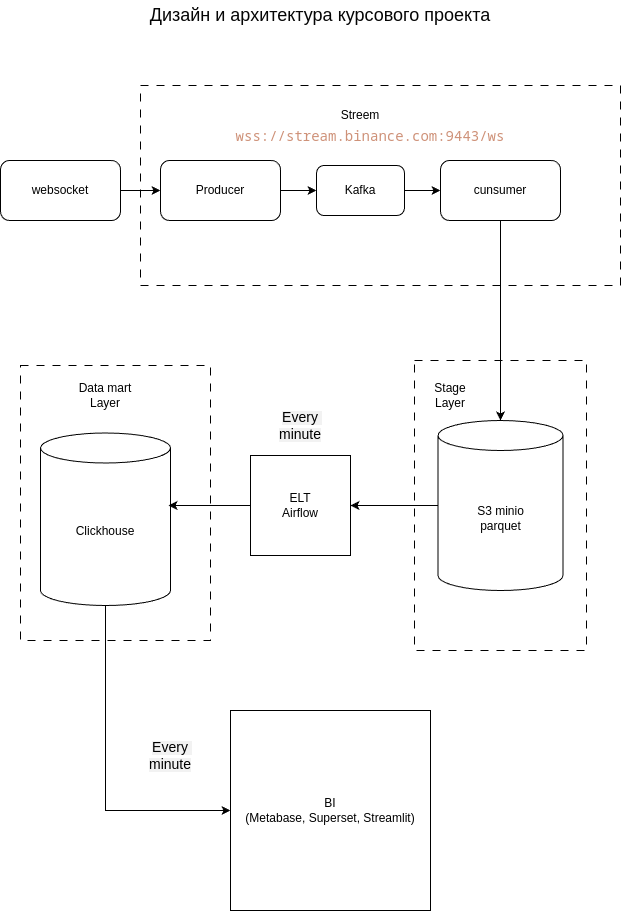
Above: docs/arhitecture.png in netart-studio/otus_de_project (draw.io), before the change. Source tidied: cells renumbered, new cells last; positions are measured from the earlier drawing's top-left corner, leaving out a move shared by most shapes. Its diagram source:
```xml
<mxGraphModel>
  <root>
    <mxCell id="0" />
    <mxCell id="1" parent="0" />
    <mxCell id="2" style="rounded=0;whiteSpace=wrap;html=1;dashed=1;dashPattern=8 8;" parent="1" vertex="1">
      <mxGeometry x="20" y="365" width="190" height="275" as="geometry" />
    </mxCell>
    <mxCell id="3" style="rounded=0;whiteSpace=wrap;html=1;dashed=1;dashPattern=8 8;" parent="1" vertex="1">
      <mxGeometry x="140" y="85" width="480" height="200" as="geometry" />
    </mxCell>
    <mxCell id="4" style="rounded=0;whiteSpace=wrap;html=1;dashed=1;dashPattern=8 8;" parent="1" vertex="1">
      <mxGeometry x="414" y="360" width="172" height="290" as="geometry" />
    </mxCell>
    <mxCell id="5" style="edgeStyle=orthogonalEdgeStyle;rounded=0;jettySize=auto;html=1;" parent="1" edge="1" source="6" target="13">
      <mxGeometry relative="1" as="geometry" />
    </mxCell>
    <mxCell id="6" value="S3 minio&lt;div&gt;parquet&lt;/div&gt;" style="shape=cylinder3;whiteSpace=wrap;html=1;boundedLbl=1;backgroundOutline=1;size=15;" parent="1" vertex="1">
      <mxGeometry x="437.5" y="420" width="125" height="170" as="geometry" />
    </mxCell>
    <mxCell id="7" style="edgeStyle=orthogonalEdgeStyle;rounded=0;jettySize=auto;html=1;exitX=1;exitY=0.5;exitDx=0;exitDy=0;" parent="1" edge="1" source="8" target="10">
      <mxGeometry relative="1" as="geometry" />
    </mxCell>
    <mxCell id="8" value="websocket" style="rounded=1;whiteSpace=wrap;html=1;" parent="1" vertex="1">
      <mxGeometry y="160" width="120" height="60" as="geometry" />
    </mxCell>
    <mxCell id="9" style="edgeStyle=orthogonalEdgeStyle;rounded=0;jettySize=auto;html=1;exitX=1;exitY=0.5;exitDx=0;exitDy=0;" parent="1" edge="1" source="10" target="21">
      <mxGeometry relative="1" as="geometry" />
    </mxCell>
    <mxCell id="10" value="Producer" style="rounded=1;whiteSpace=wrap;html=1;" parent="1" vertex="1">
      <mxGeometry x="160" y="160" width="120" height="60" as="geometry" />
    </mxCell>
    <mxCell id="11" style="edgeStyle=orthogonalEdgeStyle;rounded=0;jettySize=auto;html=1;exitX=0.5;exitY=1;exitDx=0;exitDy=0;" parent="1" edge="1" source="12" target="6">
      <mxGeometry relative="1" as="geometry" />
    </mxCell>
    <mxCell id="12" value="cunsumer" style="rounded=1;whiteSpace=wrap;html=1;" parent="1" vertex="1">
      <mxGeometry x="440" y="160" width="120" height="60" as="geometry" />
    </mxCell>
    <mxCell id="13" value="ELT&lt;div&gt;Airflow&lt;/div&gt;" style="whiteSpace=wrap;html=1;" parent="1" vertex="1">
      <mxGeometry x="250" y="455" width="100" height="100" as="geometry" />
    </mxCell>
    <mxCell id="14" style="edgeStyle=orthogonalEdgeStyle;rounded=0;jettySize=auto;html=1;exitX=0.5;exitY=1;exitDx=0;exitDy=0;exitPerimeter=0;entryX=0;entryY=0.5;entryDx=0;entryDy=0;" parent="1" edge="1" source="15" target="16">
      <mxGeometry relative="1" as="geometry" />
    </mxCell>
    <mxCell id="15" value="Clickhouse" style="shape=cylinder3;whiteSpace=wrap;html=1;boundedLbl=1;backgroundOutline=1;size=15;" parent="1" vertex="1">
      <mxGeometry x="40" y="432.5" width="130" height="172.5" as="geometry" />
    </mxCell>
    <mxCell id="16" value="BI&lt;div&gt;(Metabase,&amp;nbsp;&lt;span style=&quot;background-color: transparent; color: light-dark(rgb(0, 0, 0), rgb(255, 255, 255));&quot;&gt;Superset,&amp;nbsp;&lt;/span&gt;&lt;span style=&quot;background-color: transparent; color: light-dark(rgb(0, 0, 0), rgb(255, 255, 255));&quot;&gt;Streamlit)&lt;/span&gt;&lt;/div&gt;" style="whiteSpace=wrap;html=1;" parent="1" vertex="1">
      <mxGeometry x="230" y="710" width="200" height="200" as="geometry" />
    </mxCell>
    <mxCell id="17" value="&lt;span style=&quot;color: rgb(5, 5, 5); font-family: Roboto, sans-serif; font-size: 18px; text-align: start;&quot;&gt;Дизайн и архитектура курсового проекта&lt;/span&gt;" style="text;html=1;align=center;verticalAlign=middle;whiteSpace=wrap;rounded=0;" parent="1" vertex="1">
      <mxGeometry x="90" width="460" height="30" as="geometry" />
    </mxCell>
    <mxCell id="18" value="Stage Layer" style="text;html=1;align=center;verticalAlign=middle;whiteSpace=wrap;rounded=0;" parent="1" vertex="1">
      <mxGeometry x="420" y="380" width="60" height="30" as="geometry" />
    </mxCell>
    <mxCell id="19" value="Streem" style="text;html=1;align=center;verticalAlign=middle;whiteSpace=wrap;rounded=0;" parent="1" vertex="1">
      <mxGeometry x="330" y="100" width="60" height="30" as="geometry" />
    </mxCell>
    <mxCell id="20" style="edgeStyle=orthogonalEdgeStyle;rounded=0;jettySize=auto;html=1;exitX=1;exitY=0.5;exitDx=0;exitDy=0;entryX=0;entryY=0.5;entryDx=0;entryDy=0;" parent="1" edge="1" source="21" target="12">
      <mxGeometry relative="1" as="geometry" />
    </mxCell>
    <mxCell id="21" value="Kafka" style="rounded=1;whiteSpace=wrap;html=1;" parent="1" vertex="1">
      <mxGeometry x="316" y="165" width="88" height="50" as="geometry" />
    </mxCell>
    <mxCell id="22" style="edgeStyle=orthogonalEdgeStyle;rounded=0;jettySize=auto;html=1;exitX=0;exitY=0.5;exitDx=0;exitDy=0;entryX=0.985;entryY=0.42;entryDx=0;entryDy=0;entryPerimeter=0;" parent="1" edge="1" source="13" target="15">
      <mxGeometry relative="1" as="geometry" />
    </mxCell>
    <mxCell id="23" value="Data mart Layer" style="text;html=1;align=center;verticalAlign=middle;whiteSpace=wrap;rounded=0;" parent="1" vertex="1">
      <mxGeometry x="70" y="380" width="70" height="30" as="geometry" />
    </mxCell>
    <mxCell id="24" value="&lt;div style=&quot;color: rgb(204, 204, 204); font-family: &amp;quot;Droid Sans Mono&amp;quot;, &amp;quot;monospace&amp;quot;, monospace; font-size: 14px; line-height: 19px; white-space: pre;&quot;&gt;&lt;span style=&quot;color: rgb(206, 145, 120);&quot;&gt;wss://stream.binance.com:9443/ws&lt;/span&gt;&lt;/div&gt;" style="text;html=1;align=center;verticalAlign=middle;whiteSpace=wrap;rounded=0;" parent="1" vertex="1">
      <mxGeometry x="340" y="120" width="60" height="30" as="geometry" />
    </mxCell>
    <mxCell id="25" value="&lt;span style=&quot;font-family: &amp;quot;YS Text&amp;quot;, -apple-system, BlinkMacSystemFont, Arial, Helvetica, &amp;quot;Arial Unicode MS&amp;quot;, sans-serif; text-align: start; white-space-collapse: preserve; background-color: rgba(0, 0, 0, 0.05);&quot;&gt;&lt;font style=&quot;font-size: 14px;&quot;&gt;Every minute&lt;/font&gt;&lt;/span&gt;" style="text;html=1;align=center;verticalAlign=middle;whiteSpace=wrap;rounded=0;" parent="1" vertex="1">
      <mxGeometry x="270" y="410" width="60" height="30" as="geometry" />
    </mxCell>
    <mxCell id="26" value="&lt;span style=&quot;font-family: &amp;quot;YS Text&amp;quot;, -apple-system, BlinkMacSystemFont, Arial, Helvetica, &amp;quot;Arial Unicode MS&amp;quot;, sans-serif; text-align: start; white-space-collapse: preserve; background-color: rgba(0, 0, 0, 0.05);&quot;&gt;&lt;font style=&quot;font-size: 14px;&quot;&gt;Every minute&lt;/font&gt;&lt;/span&gt;" style="text;html=1;align=center;verticalAlign=middle;whiteSpace=wrap;rounded=0;" parent="1" vertex="1">
      <mxGeometry x="140" y="740" width="60" height="30" as="geometry" />
    </mxCell>
  </root>
</mxGraphModel>
```
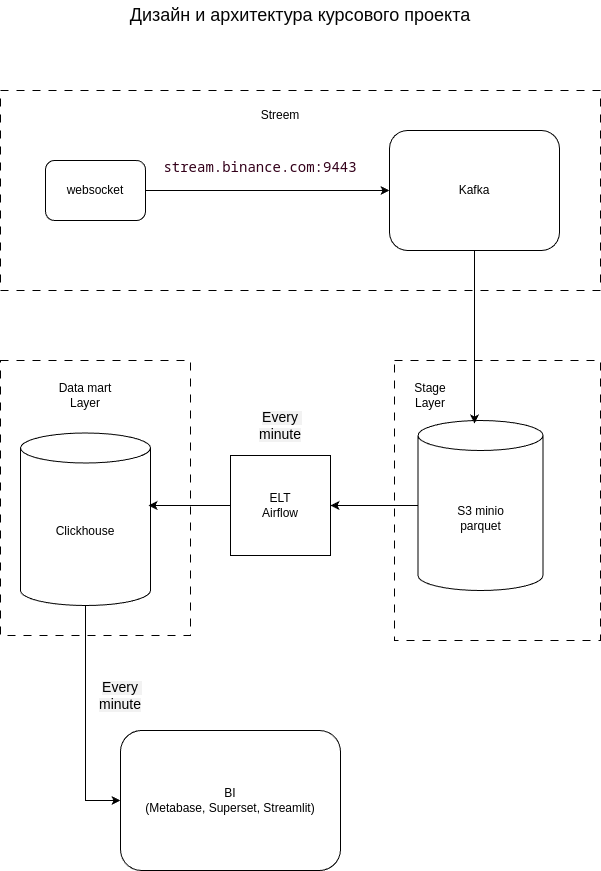
Later version of the same file.

Commit message:
Изменил диаграмму архитектуры

Diff of the diagram source:
```diff
@@ -3,13 +3,13 @@
     <mxCell id="0" />
     <mxCell id="1" parent="0" />
     <mxCell id="2" style="rounded=0;whiteSpace=wrap;html=1;dashed=1;dashPattern=8 8;" parent="1" vertex="1">
-      <mxGeometry x="20" y="365" width="190" height="275" as="geometry" />
+      <mxGeometry x="20" y="360" width="190" height="275" as="geometry" />
     </mxCell>
     <mxCell id="3" style="rounded=0;whiteSpace=wrap;html=1;dashed=1;dashPattern=8 8;" parent="1" vertex="1">
-      <mxGeometry x="140" y="85" width="480" height="200" as="geometry" />
+      <mxGeometry x="20" y="90" width="600" height="200" as="geometry" />
     </mxCell>
     <mxCell id="4" style="rounded=0;whiteSpace=wrap;html=1;dashed=1;dashPattern=8 8;" parent="1" vertex="1">
-      <mxGeometry x="414" y="360" width="172" height="290" as="geometry" />
+      <mxGeometry x="414" y="360" width="206" height="280" as="geometry" />
     </mxCell>
     <mxCell id="5" style="edgeStyle=orthogonalEdgeStyle;rounded=0;jettySize=auto;html=1;" parent="1" edge="1" source="6" target="13">
       <mxGeometry relative="1" as="geometry" />
@@ -17,36 +17,21 @@
     <mxCell id="6" value="S3 minio&lt;div&gt;parquet&lt;/div&gt;" style="shape=cylinder3;whiteSpace=wrap;html=1;boundedLbl=1;backgroundOutline=1;size=15;" parent="1" vertex="1">
       <mxGeometry x="437.5" y="420" width="125" height="170" as="geometry" />
     </mxCell>
-    <mxCell id="7" style="edgeStyle=orthogonalEdgeStyle;rounded=0;jettySize=auto;html=1;exitX=1;exitY=0.5;exitDx=0;exitDy=0;" parent="1" edge="1" source="8" target="10">
-      <mxGeometry relative="1" as="geometry" />
-    </mxCell>
+    <mxCell id="27" style="edgeStyle=orthogonalEdgeStyle;rounded=0;jettySize=auto;html=1;entryX=0;entryY=0.5;entryDx=0;entryDy=0;" parent="1" edge="1" source="8" target="21">
+      <mxGeometry relative="1" as="geometry" />
+    </mxCell>
     <mxCell id="8" value="websocket" style="rounded=1;whiteSpace=wrap;html=1;" parent="1" vertex="1">
-      <mxGeometry y="160" width="120" height="60" as="geometry" />
+      <mxGeometry x="65" y="160" width="100" height="60" as="geometry" />
     </mxCell>
-    <mxCell id="9" style="edgeStyle=orthogonalEdgeStyle;rounded=0;jettySize=auto;html=1;exitX=1;exitY=0.5;exitDx=0;exitDy=0;" parent="1" edge="1" source="10" target="21">
-      <mxGeometry relative="1" as="geometry" />
-    </mxCell>
-    <mxCell id="10" value="Producer" style="rounded=1;whiteSpace=wrap;html=1;" parent="1" vertex="1">
-      <mxGeometry x="160" y="160" width="120" height="60" as="geometry" />
-    </mxCell>
-    <mxCell id="11" style="edgeStyle=orthogonalEdgeStyle;rounded=0;jettySize=auto;html=1;exitX=0.5;exitY=1;exitDx=0;exitDy=0;" parent="1" edge="1" source="12" target="6">
-      <mxGeometry relative="1" as="geometry" />
-    </mxCell>
-    <mxCell id="12" value="cunsumer" style="rounded=1;whiteSpace=wrap;html=1;" parent="1" vertex="1">
-      <mxGeometry x="440" y="160" width="120" height="60" as="geometry" />
-    </mxCell>
     <mxCell id="13" value="ELT&lt;div&gt;Airflow&lt;/div&gt;" style="whiteSpace=wrap;html=1;" parent="1" vertex="1">
       <mxGeometry x="250" y="455" width="100" height="100" as="geometry" />
     </mxCell>
-    <mxCell id="14" style="edgeStyle=orthogonalEdgeStyle;rounded=0;jettySize=auto;html=1;exitX=0.5;exitY=1;exitDx=0;exitDy=0;exitPerimeter=0;entryX=0;entryY=0.5;entryDx=0;entryDy=0;" parent="1" edge="1" source="15" target="16">
+    <mxCell id="14" style="edgeStyle=orthogonalEdgeStyle;rounded=0;jettySize=auto;html=1;entryX=0;entryY=0.5;entryDx=0;entryDy=0;" parent="1" edge="1" source="15" target="16">
       <mxGeometry relative="1" as="geometry" />
     </mxCell>
     <mxCell id="15" value="Clickhouse" style="shape=cylinder3;whiteSpace=wrap;html=1;boundedLbl=1;backgroundOutline=1;size=15;" parent="1" vertex="1">
       <mxGeometry x="40" y="432.5" width="130" height="172.5" as="geometry" />
     </mxCell>
-    <mxCell id="16" value="BI&lt;div&gt;(Metabase,&amp;nbsp;&lt;span style=&quot;background-color: transparent; color: light-dark(rgb(0, 0, 0), rgb(255, 255, 255));&quot;&gt;Superset,&amp;nbsp;&lt;/span&gt;&lt;span style=&quot;background-color: transparent; color: light-dark(rgb(0, 0, 0), rgb(255, 255, 255));&quot;&gt;Streamlit)&lt;/span&gt;&lt;/div&gt;" style="whiteSpace=wrap;html=1;" parent="1" vertex="1">
-      <mxGeometry x="230" y="710" width="200" height="200" as="geometry" />
-    </mxCell>
     <mxCell id="17" value="&lt;span style=&quot;color: rgb(5, 5, 5); font-family: Roboto, sans-serif; font-size: 18px; text-align: start;&quot;&gt;Дизайн и архитектура курсового проекта&lt;/span&gt;" style="text;html=1;align=center;verticalAlign=middle;whiteSpace=wrap;rounded=0;" parent="1" vertex="1">
       <mxGeometry x="90" width="460" height="30" as="geometry" />
     </mxCell>
@@ -54,13 +39,10 @@
       <mxGeometry x="420" y="380" width="60" height="30" as="geometry" />
     </mxCell>
     <mxCell id="19" value="Streem" style="text;html=1;align=center;verticalAlign=middle;whiteSpace=wrap;rounded=0;" parent="1" vertex="1">
-      <mxGeometry x="330" y="100" width="60" height="30" as="geometry" />
+      <mxGeometry x="270" y="100" width="60" height="30" as="geometry" />
     </mxCell>
-    <mxCell id="20" style="edgeStyle=orthogonalEdgeStyle;rounded=0;jettySize=auto;html=1;exitX=1;exitY=0.5;exitDx=0;exitDy=0;entryX=0;entryY=0.5;entryDx=0;entryDy=0;" parent="1" edge="1" source="21" target="12">
-      <mxGeometry relative="1" as="geometry" />
-    </mxCell>
     <mxCell id="21" value="Kafka" style="rounded=1;whiteSpace=wrap;html=1;" parent="1" vertex="1">
-      <mxGeometry x="316" y="165" width="88" height="50" as="geometry" />
+      <mxGeometry x="409" y="130" width="170" height="120" as="geometry" />
     </mxCell>
     <mxCell id="22" style="edgeStyle=orthogonalEdgeStyle;rounded=0;jettySize=auto;html=1;exitX=0;exitY=0.5;exitDx=0;exitDy=0;entryX=0.985;entryY=0.42;entryDx=0;entryDy=0;entryPerimeter=0;" parent="1" edge="1" source="13" target="15">
       <mxGeometry relative="1" as="geometry" />
@@ -68,14 +50,20 @@
     <mxCell id="23" value="Data mart Layer" style="text;html=1;align=center;verticalAlign=middle;whiteSpace=wrap;rounded=0;" parent="1" vertex="1">
       <mxGeometry x="70" y="380" width="70" height="30" as="geometry" />
     </mxCell>
-    <mxCell id="24" value="&lt;div style=&quot;color: rgb(204, 204, 204); font-family: &amp;quot;Droid Sans Mono&amp;quot;, &amp;quot;monospace&amp;quot;, monospace; font-size: 14px; line-height: 19px; white-space: pre;&quot;&gt;&lt;span style=&quot;color: rgb(206, 145, 120);&quot;&gt;wss://stream.binance.com:9443/ws&lt;/span&gt;&lt;/div&gt;" style="text;html=1;align=center;verticalAlign=middle;whiteSpace=wrap;rounded=0;" parent="1" vertex="1">
-      <mxGeometry x="340" y="120" width="60" height="30" as="geometry" />
+    <mxCell id="24" value="&lt;div style=&quot;font-family: &amp;quot;Droid Sans Mono&amp;quot;, &amp;quot;monospace&amp;quot;, monospace; font-size: 14px; line-height: 19px; white-space: pre;&quot;&gt;&lt;span style=&quot;&quot;&gt;stream.binance.com:9443&lt;/span&gt;&lt;/div&gt;&lt;div style=&quot;font-family: &amp;quot;Droid Sans Mono&amp;quot;, &amp;quot;monospace&amp;quot;, monospace; font-size: 14px; line-height: 19px; white-space: pre;&quot;&gt;&lt;span style=&quot;&quot;&gt;&lt;br&gt;&lt;/span&gt;&lt;/div&gt;" style="text;html=1;align=center;verticalAlign=middle;whiteSpace=wrap;rounded=0;fontColor=#33001A;" parent="1" vertex="1">
+      <mxGeometry x="250" y="160" width="60" height="30" as="geometry" />
     </mxCell>
     <mxCell id="25" value="&lt;span style=&quot;font-family: &amp;quot;YS Text&amp;quot;, -apple-system, BlinkMacSystemFont, Arial, Helvetica, &amp;quot;Arial Unicode MS&amp;quot;, sans-serif; text-align: start; white-space-collapse: preserve; background-color: rgba(0, 0, 0, 0.05);&quot;&gt;&lt;font style=&quot;font-size: 14px;&quot;&gt;Every minute&lt;/font&gt;&lt;/span&gt;" style="text;html=1;align=center;verticalAlign=middle;whiteSpace=wrap;rounded=0;" parent="1" vertex="1">
       <mxGeometry x="270" y="410" width="60" height="30" as="geometry" />
     </mxCell>
     <mxCell id="26" value="&lt;span style=&quot;font-family: &amp;quot;YS Text&amp;quot;, -apple-system, BlinkMacSystemFont, Arial, Helvetica, &amp;quot;Arial Unicode MS&amp;quot;, sans-serif; text-align: start; white-space-collapse: preserve; background-color: rgba(0, 0, 0, 0.05);&quot;&gt;&lt;font style=&quot;font-size: 14px;&quot;&gt;Every minute&lt;/font&gt;&lt;/span&gt;" style="text;html=1;align=center;verticalAlign=middle;whiteSpace=wrap;rounded=0;" parent="1" vertex="1">
-      <mxGeometry x="140" y="740" width="60" height="30" as="geometry" />
+      <mxGeometry x="110" y="680" width="60" height="30" as="geometry" />
     </mxCell>
+    <mxCell id="28" style="edgeStyle=orthogonalEdgeStyle;rounded=0;jettySize=auto;html=1;entryX=0.452;entryY=0.018;entryDx=0;entryDy=0;entryPerimeter=0;" parent="1" edge="1" source="21" target="6">
+      <mxGeometry relative="1" as="geometry" />
+    </mxCell>
+    <mxCell id="16" value="BI&lt;div&gt;(Metabase,&amp;nbsp;&lt;span style=&quot;background-color: transparent; color: light-dark(rgb(0, 0, 0), rgb(255, 255, 255));&quot;&gt;Superset,&amp;nbsp;&lt;/span&gt;&lt;span style=&quot;background-color: transparent; color: light-dark(rgb(0, 0, 0), rgb(255, 255, 255));&quot;&gt;Streamlit)&lt;/span&gt;&lt;/div&gt;" style="rounded=1;whiteSpace=wrap;html=1;" parent="1" vertex="1">
+      <mxGeometry x="140" y="730" width="220" height="140" as="geometry" />
+    </mxCell>
   </root>
 </mxGraphModel>
```
